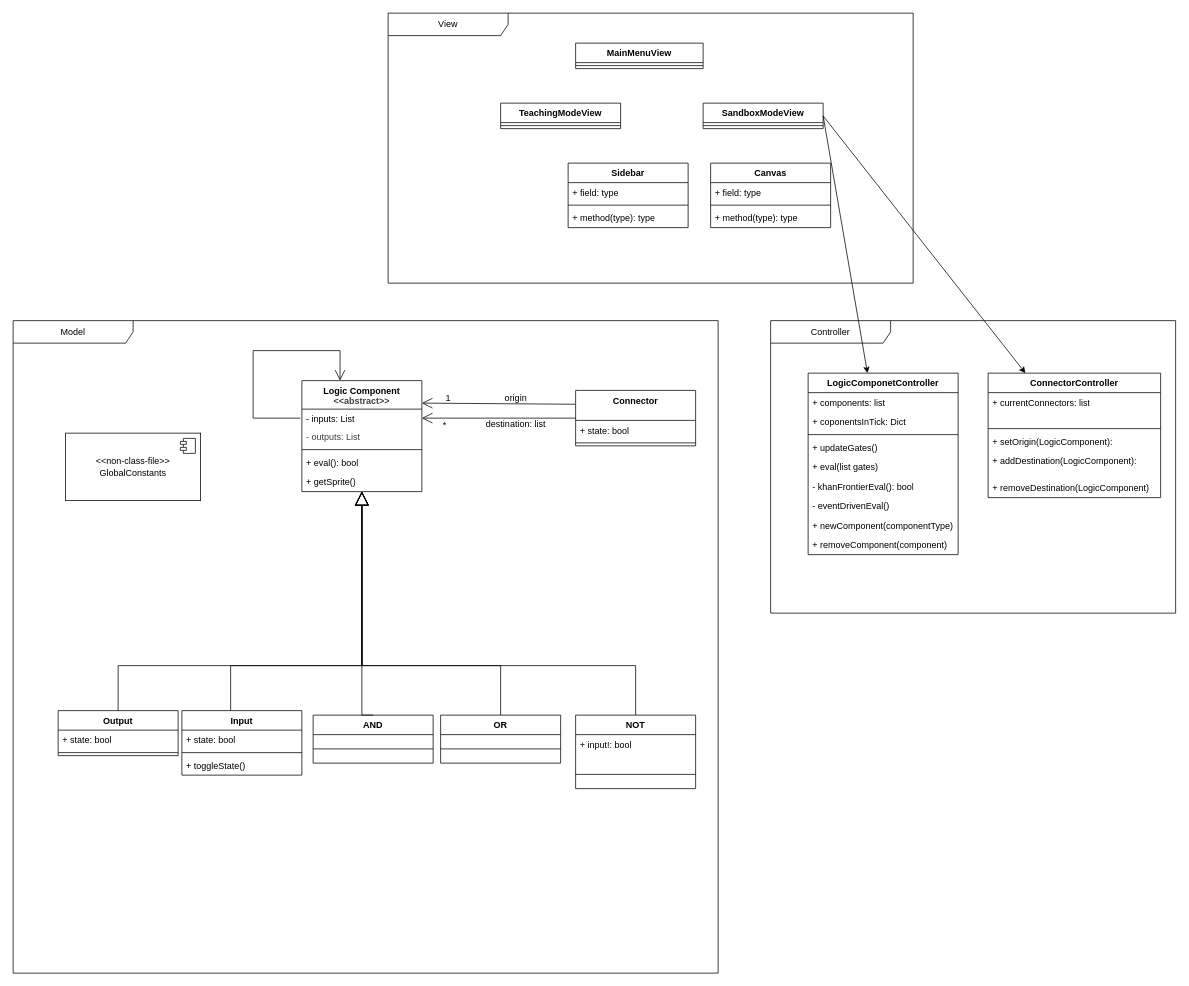
Above: classDiagram.drawio in Vlogenz/ICT-Project (draw.io), before the change. Source tidied: cells renumbered, new cells numbered last; positions are measured from the earlier drawing's top-left corner, leaving out a move shared by most shapes. Both pictures are drawn from the tidied source at 75%, with x=0, y=0 at pixel (13, 13).
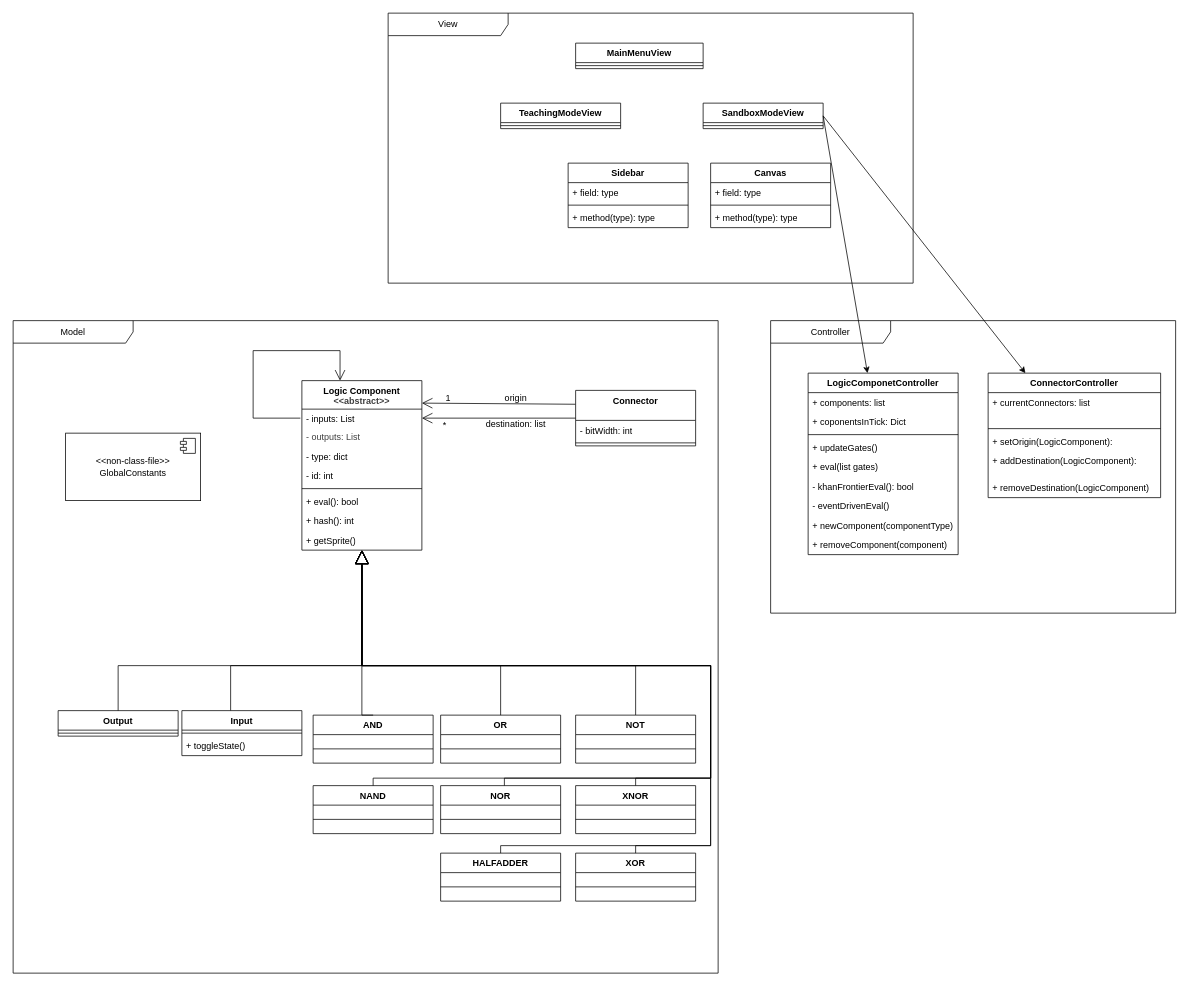
After the change.

Commit message:
updated model classes in diagram

The change refers to these unchanged cells:
```xml
<mxCell id="19" value="Model" style="shape=umlFrame;whiteSpace=wrap;html=1;width=160;" parent="1" vertex="1">
  <mxGeometry y="410" width="940" height="870" as="geometry" />
</mxCell>
<mxCell id="26" value="Connector" style="swimlane;fontStyle=1;align=center;verticalAlign=top;horizontal=1;startSize=40;whiteSpace=wrap;html=1;" parent="19" vertex="1">
  <mxGeometry x="750" y="93" width="160" height="74" as="geometry" />
</mxCell>
```

Diff of the diagram source:
```diff
@@
     <mxCell id="3" value="Input" style="swimlane;fontStyle=1;align=center;verticalAlign=top;horizontal=1;startSize=26;whiteSpace=wrap;html=1;" parent="1" vertex="1">
-      <mxGeometry x="225" y="930" width="160" height="86" as="geometry" />
+      <mxGeometry x="225" y="930" width="160" height="60" as="geometry" />
     </mxCell>
-    <mxCell id="4" value="+ state: bool" style="text;strokeColor=none;fillColor=none;align=left;verticalAlign=top;spacingLeft=4;spacingRight=4;overflow=hidden;whiteSpace=wrap;html=1;" parent="3" vertex="1">
-      <mxGeometry y="26" width="160" height="26" as="geometry" />
-    </mxCell>
     <mxCell id="5" style="line;strokeWidth=1;fillColor=none;align=left;verticalAlign=middle;spacingTop=-1;spacingLeft=3;spacingRight=3;labelPosition=right;strokeColor=inherit;" parent="3" vertex="1">
-      <mxGeometry y="52" width="160" height="8" as="geometry" />
+      <mxGeometry y="26" width="160" height="8" as="geometry" />
     </mxCell>
     <mxCell id="6" value="+ toggleState()" style="text;strokeColor=none;fillColor=none;align=left;verticalAlign=top;spacingLeft=4;spacingRight=4;overflow=hidden;whiteSpace=wrap;html=1;" parent="3" vertex="1">
-      <mxGeometry y="60" width="160" height="26" as="geometry" />
+      <mxGeometry y="34" width="160" height="26" as="geometry" />
     </mxCell>
     <mxCell id="7" value="Output" style="swimlane;fontStyle=1;align=center;verticalAlign=top;horizontal=1;startSize=26;whiteSpace=wrap;html=1;" parent="1" vertex="1">
-      <mxGeometry x="60" y="930" width="160" height="60" as="geometry" />
+      <mxGeometry x="60" y="930" width="160" height="34" as="geometry" />
     </mxCell>
-    <mxCell id="8" value="+ state: bool" style="text;strokeColor=none;fillColor=none;align=left;verticalAlign=top;spacingLeft=4;spacingRight=4;overflow=hidden;whiteSpace=wrap;html=1;" parent="7" vertex="1">
-      <mxGeometry y="26" width="160" height="26" as="geometry" />
-    </mxCell>
     <mxCell id="9" style="line;strokeWidth=1;fillColor=none;align=left;verticalAlign=middle;spacingTop=-1;spacingLeft=3;spacingRight=3;labelPosition=right;strokeColor=inherit;" parent="7" vertex="1">
-      <mxGeometry y="52" width="160" height="8" as="geometry" />
+      <mxGeometry y="26" width="160" height="8" as="geometry" />
     </mxCell>
@@
     <mxCell id="12" value="&lt;span style=&quot;color: rgb(0, 0, 0);&quot;&gt;Logic Component&lt;/span&gt;&lt;div style=&quot;color: rgb(63, 63, 63); scrollbar-color: rgb(226, 226, 226) rgb(251, 251, 251);&quot;&gt;&amp;lt;&amp;lt;abstract&amp;gt;&amp;gt;&lt;/div&gt;" style="swimlane;fontStyle=1;align=center;verticalAlign=top;horizontal=1;startSize=38;whiteSpace=wrap;html=1;" parent="1" vertex="1">
-      <mxGeometry x="385" y="490" width="160" height="148" as="geometry" />
+      <mxGeometry x="385" y="490" width="160" height="226" as="geometry" />
     </mxCell>
@@
+    <mxCell id="74" value="- type: dict&amp;nbsp;" style="text;strokeColor=none;fillColor=none;align=left;verticalAlign=top;spacingLeft=4;spacingRight=4;overflow=hidden;whiteSpace=wrap;html=1;" parent="12" vertex="1">
+      <mxGeometry y="88" width="160" height="26" as="geometry" />
+    </mxCell>
+    <mxCell id="75" value="- id: int" style="text;strokeColor=none;fillColor=none;align=left;verticalAlign=top;spacingLeft=4;spacingRight=4;overflow=hidden;whiteSpace=wrap;html=1;" parent="12" vertex="1">
+      <mxGeometry y="114" width="160" height="26" as="geometry" />
+    </mxCell>
     <mxCell id="15" style="line;strokeWidth=1;fillColor=none;align=left;verticalAlign=middle;spacingTop=-1;spacingLeft=3;spacingRight=3;labelPosition=right;strokeColor=inherit;" parent="12" vertex="1">
-      <mxGeometry y="88" width="160" height="8" as="geometry" />
+      <mxGeometry y="140" width="160" height="8" as="geometry" />
     </mxCell>
     <mxCell id="16" value="+ eval(): bool" style="text;strokeColor=none;fillColor=none;align=left;verticalAlign=top;spacingLeft=4;spacingRight=4;overflow=hidden;whiteSpace=wrap;html=1;" parent="12" vertex="1">
-      <mxGeometry y="96" width="160" height="26" as="geometry" />
+      <mxGeometry y="148" width="160" height="26" as="geometry" />
     </mxCell>
+    <mxCell id="76" value="+ hash(): int" style="text;strokeColor=none;fillColor=none;align=left;verticalAlign=top;spacingLeft=4;spacingRight=4;overflow=hidden;whiteSpace=wrap;html=1;" parent="12" vertex="1">
+      <mxGeometry y="174" width="160" height="26" as="geometry" />
+    </mxCell>
     <mxCell id="17" value="+ getSprite()" style="text;strokeColor=none;fillColor=none;align=left;verticalAlign=top;spacingLeft=4;spacingRight=4;overflow=hidden;points=[[0,0.5],[1,0.5]];portConstraint=eastwest;whiteSpace=wrap;html=1;" parent="12" vertex="1">
-      <mxGeometry y="122" width="160" height="26" as="geometry" />
+      <mxGeometry y="200" width="160" height="26" as="geometry" />
     </mxCell>
@@
-    <mxCell id="27" value="+ state: bool" style="text;strokeColor=none;fillColor=none;align=left;verticalAlign=top;spacingLeft=4;spacingRight=4;overflow=hidden;whiteSpace=wrap;html=1;" parent="26" vertex="1">
+    <mxCell id="27" value="- bitWidth: int" style="text;strokeColor=none;fillColor=none;align=left;verticalAlign=top;spacingLeft=4;spacingRight=4;overflow=hidden;whiteSpace=wrap;html=1;" parent="26" vertex="1">
       <mxGeometry y="40" width="160" height="26" as="geometry" />
     </mxCell>
@@
     <mxCell id="29" value="NOT" style="swimlane;fontStyle=1;align=center;verticalAlign=top;horizontal=1;startSize=26;whiteSpace=wrap;html=1;" parent="19" vertex="1">
-      <mxGeometry x="750" y="526" width="160" height="98" as="geometry" />
+      <mxGeometry x="750" y="526" width="160" height="64" as="geometry" />
     </mxCell>
-    <mxCell id="30" value="+ input!: bool" style="text;strokeColor=none;fillColor=none;align=left;verticalAlign=top;spacingLeft=4;spacingRight=4;overflow=hidden;whiteSpace=wrap;html=1;" parent="29" vertex="1">
-      <mxGeometry y="26" width="160" height="34" as="geometry" />
-    </mxCell>
     <mxCell id="31" style="line;strokeWidth=1;fillColor=none;align=left;verticalAlign=middle;spacingTop=-1;spacingLeft=3;spacingRight=3;labelPosition=right;strokeColor=inherit;" parent="29" vertex="1">
-      <mxGeometry y="60" width="160" height="38" as="geometry" />
+      <mxGeometry y="26" width="160" height="38" as="geometry" />
     </mxCell>
@@
+    <mxCell id="77" value="XNOR" style="swimlane;fontStyle=1;align=center;verticalAlign=top;horizontal=1;startSize=26;whiteSpace=wrap;html=1;" parent="19" vertex="1">
+      <mxGeometry x="750" y="620" width="160" height="64" as="geometry" />
+    </mxCell>
+    <mxCell id="78" style="line;strokeWidth=1;fillColor=none;align=left;verticalAlign=middle;spacingTop=-1;spacingLeft=3;spacingRight=3;labelPosition=right;strokeColor=inherit;" parent="77" vertex="1">
+      <mxGeometry y="26" width="160" height="38" as="geometry" />
+    </mxCell>
+    <mxCell id="79" value="NAND" style="swimlane;fontStyle=1;align=center;verticalAlign=top;horizontal=1;startSize=26;whiteSpace=wrap;html=1;" parent="19" vertex="1">
+      <mxGeometry x="400" y="620" width="160" height="64" as="geometry" />
+    </mxCell>
+    <mxCell id="80" style="line;strokeWidth=1;fillColor=none;align=left;verticalAlign=middle;spacingTop=-1;spacingLeft=3;spacingRight=3;labelPosition=right;strokeColor=inherit;" parent="79" vertex="1">
+      <mxGeometry y="26" width="160" height="38" as="geometry" />
+    </mxCell>
+    <mxCell id="81" value="NOR" style="swimlane;fontStyle=1;align=center;verticalAlign=top;horizontal=1;startSize=26;whiteSpace=wrap;html=1;" parent="19" vertex="1">
+      <mxGeometry x="570" y="620" width="160" height="64" as="geometry" />
+    </mxCell>
+    <mxCell id="82" style="line;strokeWidth=1;fillColor=none;align=left;verticalAlign=middle;spacingTop=-1;spacingLeft=3;spacingRight=3;labelPosition=right;strokeColor=inherit;" parent="81" vertex="1">
+      <mxGeometry y="26" width="160" height="38" as="geometry" />
+    </mxCell>
+    <mxCell id="83" value="XOR" style="swimlane;fontStyle=1;align=center;verticalAlign=top;horizontal=1;startSize=26;whiteSpace=wrap;html=1;" parent="19" vertex="1">
+      <mxGeometry x="750" y="710" width="160" height="64" as="geometry" />
+    </mxCell>
+    <mxCell id="84" style="line;strokeWidth=1;fillColor=none;align=left;verticalAlign=middle;spacingTop=-1;spacingLeft=3;spacingRight=3;labelPosition=right;strokeColor=inherit;" parent="83" vertex="1">
+      <mxGeometry y="26" width="160" height="38" as="geometry" />
+    </mxCell>
+    <mxCell id="85" value="HALFADDER" style="swimlane;fontStyle=1;align=center;verticalAlign=top;horizontal=1;startSize=26;whiteSpace=wrap;html=1;" parent="19" vertex="1">
+      <mxGeometry x="570" y="710" width="160" height="64" as="geometry" />
+    </mxCell>
+    <mxCell id="86" style="line;strokeWidth=1;fillColor=none;align=left;verticalAlign=middle;spacingTop=-1;spacingLeft=3;spacingRight=3;labelPosition=right;strokeColor=inherit;" parent="85" vertex="1">
+      <mxGeometry y="26" width="160" height="38" as="geometry" />
+    </mxCell>
@@
+    <mxCell id="87" style="endArrow=block;endSize=16;endFill=0;html=1;rounded=0;edgeStyle=orthogonalEdgeStyle;" parent="1" edge="1" source="77" target="17">
+      <mxGeometry relative="1" as="geometry">
+        <Array as="points">
+          <mxPoint x="830" y="1020" />
+          <mxPoint x="930" y="1020" />
+          <mxPoint x="930" y="870" />
+          <mxPoint x="465" y="870" />
+        </Array>
+      </mxGeometry>
+    </mxCell>
+    <mxCell id="88" style="endArrow=block;endSize=16;endFill=0;html=1;rounded=0;edgeStyle=orthogonalEdgeStyle;" parent="1" edge="1" source="81" target="12">
+      <mxGeometry relative="1" as="geometry">
+        <Array as="points">
+          <mxPoint x="655" y="1020" />
+          <mxPoint x="930" y="1020" />
+          <mxPoint x="930" y="870" />
+          <mxPoint x="465" y="870" />
+        </Array>
+      </mxGeometry>
+    </mxCell>
+    <mxCell id="89" style="endArrow=block;endSize=16;endFill=0;html=1;rounded=0;edgeStyle=orthogonalEdgeStyle;" parent="1" edge="1" source="79" target="17">
+      <mxGeometry relative="1" as="geometry">
+        <Array as="points">
+          <mxPoint x="480" y="1020" />
+          <mxPoint x="930" y="1020" />
+          <mxPoint x="930" y="870" />
+          <mxPoint x="465" y="870" />
+        </Array>
+      </mxGeometry>
+    </mxCell>
+    <mxCell id="90" style="endArrow=block;endSize=16;endFill=0;html=1;rounded=0;edgeStyle=orthogonalEdgeStyle;" parent="1" edge="1" source="83" target="17">
+      <mxGeometry relative="1" as="geometry">
+        <Array as="points">
+          <mxPoint x="830" y="1110" />
+          <mxPoint x="930" y="1110" />
+          <mxPoint x="930" y="870" />
+          <mxPoint x="465" y="870" />
+        </Array>
+      </mxGeometry>
+    </mxCell>
+    <mxCell id="91" style="endArrow=block;endSize=16;endFill=0;html=1;rounded=0;edgeStyle=orthogonalEdgeStyle;" parent="1" edge="1" source="85" target="17">
+      <mxGeometry relative="1" as="geometry">
+        <Array as="points">
+          <mxPoint x="650" y="1110" />
+          <mxPoint x="930" y="1110" />
+          <mxPoint x="930" y="870" />
+          <mxPoint x="465" y="870" />
+        </Array>
+      </mxGeometry>
+    </mxCell>
```
